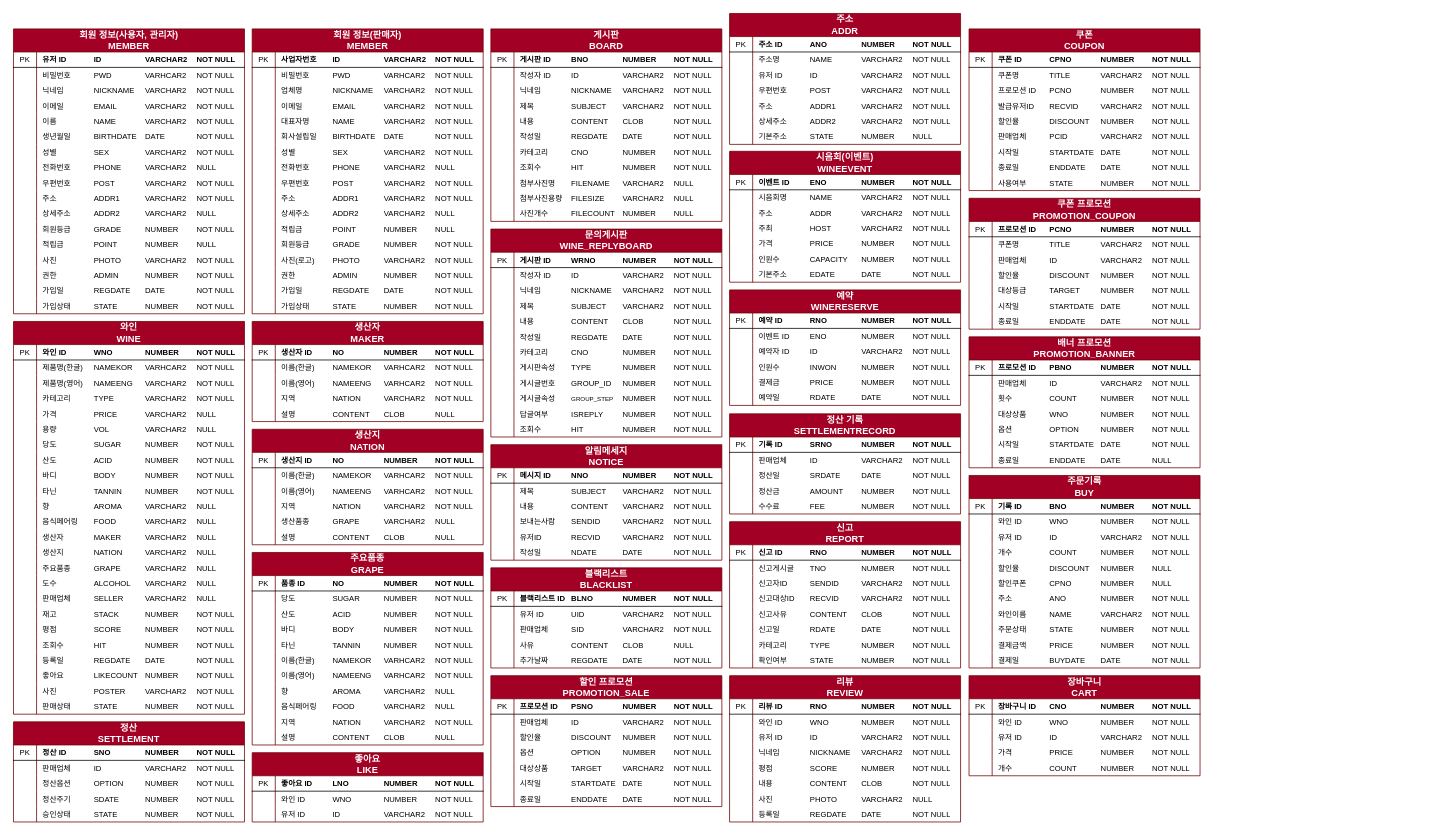
Above: erd.drawio in ArtWaveProject/ArtWave (draw.io), before the change. Source tidied: cells renumbered, new cells numbered last; positions are measured from the earlier drawing's top-left corner, leaving out a move shared by most shapes. Both pictures are drawn from the tidied source at 77%, with x=0, y=0 at pixel (13, 13).
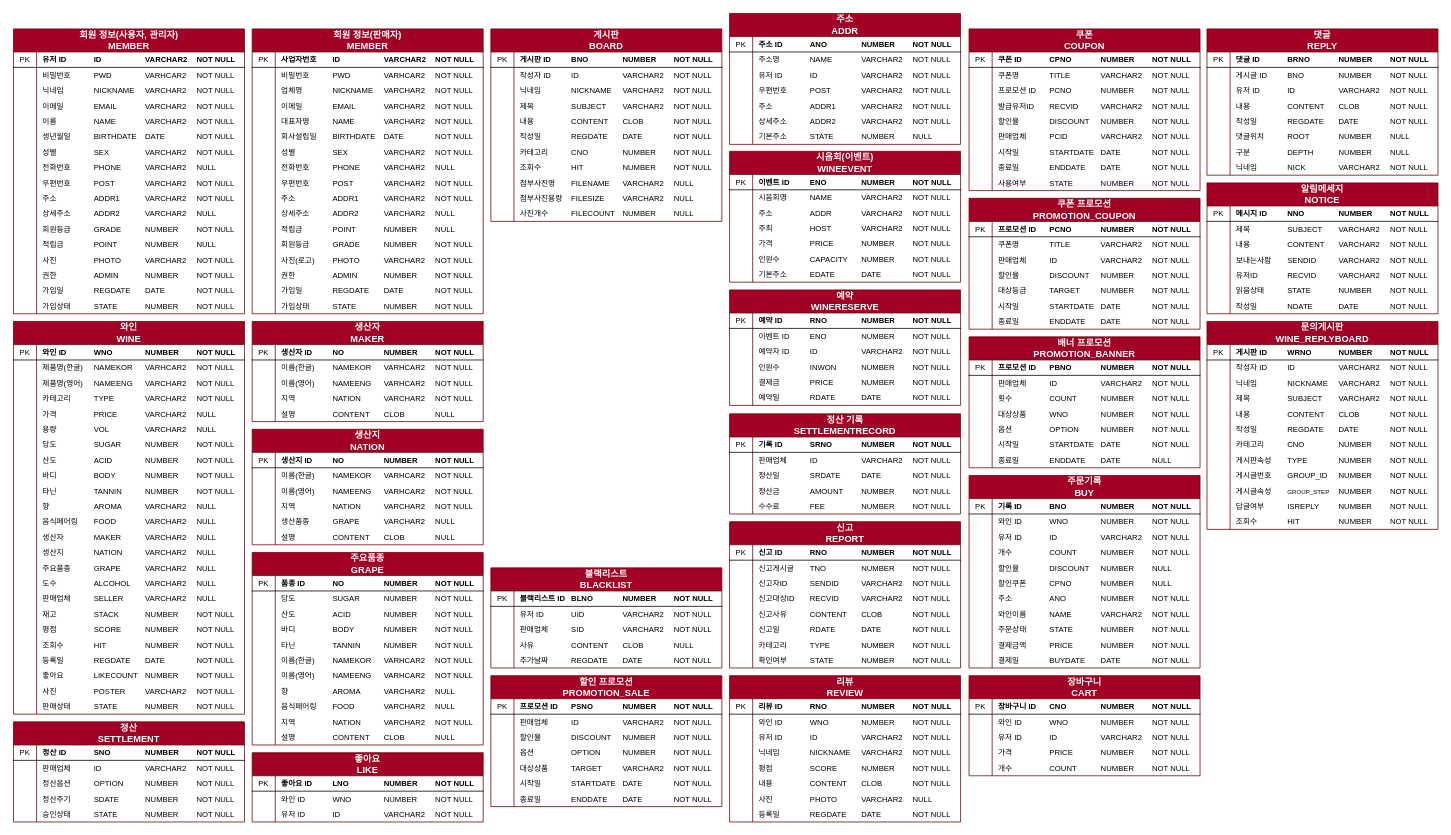
The same page after the edit.

Change to the diagram source:
```diff
@@
     <mxCell id="430" value="&lt;span style=&quot;font-size: 12px;&quot;&gt;알림메세지&lt;/span&gt;&lt;br&gt;&lt;div style=&quot;font-size: 12px;&quot;&gt;NOTICE&lt;/div&gt;" style="shape=table;startSize=30;childLayout=tableLayout;rowLines=0;fontStyle=1;align=center;html=1;fillColor=#a20025;strokeColor=#6F0000;whiteSpace=wrap;verticalAlign=middle;fontSize=11;fontColor=#ffffff;" parent="1" vertex="1">
-      <mxGeometry x="620" y="560" width="300" height="150" as="geometry" />
+      <mxGeometry x="1550" y="220" width="300" height="170" as="geometry" />
     </mxCell>
@@
+    <mxCell id="653" style="shape=tableRow;horizontal=0;startSize=0;swimlaneHead=0;swimlaneBody=0;fillColor=none;top=0;left=0;right=0;bottom=0;align=left;fontStyle=0;whiteSpace=wrap;html=1;verticalAlign=middle;fontSize=10;" parent="430" vertex="1">
+      <mxGeometry y="130" width="300" height="20" as="geometry" />
+    </mxCell>
+    <mxCell id="654" style="shape=partialRectangle;fillColor=none;top=0;left=0;bottom=0;right=0;overflow=hidden;whiteSpace=wrap;html=1;align=left;fontStyle=0;verticalAlign=middle;fontSize=10;" parent="653" vertex="1">
+      <mxGeometry width="30" height="20" as="geometry" />
+    </mxCell>
+    <mxCell id="655" value="읽음상태&lt;span style=&quot;white-space: pre;&quot;&gt;&#9;&lt;/span&gt;&lt;span style=&quot;white-space: pre;&quot;&gt;&#9;&lt;/span&gt;STATE&lt;span style=&quot;white-space: pre;&quot;&gt;&#9;&lt;/span&gt;&lt;span style=&quot;white-space: pre;&quot;&gt;&#9;&lt;/span&gt;NUMBER&lt;span style=&quot;white-space: pre;&quot;&gt;&#9;&lt;/span&gt;NOT NULL" style="shape=partialRectangle;fillColor=none;top=0;left=0;bottom=0;right=0;align=left;spacingLeft=6;overflow=hidden;whiteSpace=wrap;html=1;fontStyle=0;verticalAlign=middle;fontSize=10;" parent="653" vertex="1">
+      <mxGeometry x="30" width="270" height="20" as="geometry" />
+    </mxCell>
     <mxCell id="446" style="shape=tableRow;horizontal=0;startSize=0;swimlaneHead=0;swimlaneBody=0;fillColor=none;top=0;left=0;right=0;bottom=0;align=left;fontStyle=0;whiteSpace=wrap;html=1;verticalAlign=middle;fontSize=10;" parent="430" vertex="1">
-      <mxGeometry y="130" width="300" height="20" as="geometry" />
+      <mxGeometry y="150" width="300" height="20" as="geometry" />
     </mxCell>
@@
     <mxCell id="499" value="&lt;span style=&quot;font-size: 12px;&quot;&gt;문의게시판&lt;/span&gt;&lt;br&gt;&lt;div style=&quot;font-size: 12px;&quot;&gt;WINE_REPLYBOARD&lt;/div&gt;" style="shape=table;startSize=30;childLayout=tableLayout;rowLines=0;fontStyle=1;align=center;html=1;fillColor=#a20025;strokeColor=#6F0000;whiteSpace=wrap;verticalAlign=middle;fontSize=11;fontColor=#ffffff;" parent="1" vertex="1">
-      <mxGeometry x="620" y="280" width="300" height="270" as="geometry" />
+      <mxGeometry x="1550" y="400" width="300" height="270" as="geometry" />
     </mxCell>
@@
+    <mxCell id="656" value="&lt;span style=&quot;font-size: 12px;&quot;&gt;댓글&lt;/span&gt;&lt;br&gt;&lt;div style=&quot;font-size: 12px;&quot;&gt;REPLY&lt;/div&gt;" style="shape=table;startSize=30;childLayout=tableLayout;rowLines=0;fontStyle=1;align=center;html=1;fillColor=#a20025;strokeColor=#6F0000;whiteSpace=wrap;verticalAlign=middle;fontSize=11;fontColor=#ffffff;" parent="1" vertex="1">
+      <mxGeometry x="1550" y="20" width="300" height="190" as="geometry" />
+    </mxCell>
+    <mxCell id="657" style="shape=tableRow;horizontal=0;startSize=0;swimlaneHead=0;swimlaneBody=0;fillColor=none;top=0;left=0;right=0;bottom=1;align=left;fontStyle=0;whiteSpace=wrap;html=1;verticalAlign=middle;" parent="656" vertex="1">
+      <mxGeometry y="30" width="300" height="20" as="geometry" />
+    </mxCell>
+    <mxCell id="658" value="PK" style="shape=partialRectangle;fillColor=none;top=0;left=0;bottom=0;right=0;fontStyle=0;overflow=hidden;whiteSpace=wrap;html=1;align=center;verticalAlign=middle;fontSize=10;" parent="657" vertex="1">
+      <mxGeometry width="30" height="20" as="geometry" />
+    </mxCell>
+    <mxCell id="659" value="&lt;b style=&quot;font-size: 10px;&quot;&gt;댓글 ID&lt;span style=&quot;white-space: pre;&quot;&gt;&#9;&lt;/span&gt;&lt;span style=&quot;white-space: pre; font-size: 10px;&quot;&gt;&#9;&lt;/span&gt;BRNO&lt;span style=&quot;white-space: pre; font-size: 10px;&quot;&gt;&#9;&lt;span style=&quot;white-space: pre; font-size: 10px;&quot;&gt;&#9;&lt;/span&gt;&lt;/span&gt;NUMBER&lt;span style=&quot;white-space: pre; font-size: 10px;&quot;&gt;&#9;&lt;/span&gt;NOT NULL&lt;/b&gt;" style="shape=partialRectangle;fillColor=none;top=0;left=0;bottom=0;right=0;align=left;spacingLeft=6;fontStyle=0;overflow=hidden;whiteSpace=wrap;html=1;verticalAlign=middle;fontSize=10;" parent="657" vertex="1">
+      <mxGeometry x="30" width="270" height="20" as="geometry" />
+    </mxCell>
+    <mxCell id="660" style="shape=tableRow;horizontal=0;startSize=0;swimlaneHead=0;swimlaneBody=0;fillColor=none;top=0;left=0;right=0;bottom=0;align=left;fontStyle=0;whiteSpace=wrap;html=1;verticalAlign=middle;fontSize=10;" parent="656" vertex="1">
+      <mxGeometry y="50" width="300" height="20" as="geometry" />
+    </mxCell>
+    <mxCell id="661" style="shape=partialRectangle;fillColor=none;top=0;left=0;bottom=0;right=0;overflow=hidden;whiteSpace=wrap;html=1;align=left;fontStyle=0;verticalAlign=middle;fontSize=10;" parent="660" vertex="1">
+      <mxGeometry width="30" height="20" as="geometry" />
+    </mxCell>
+    <mxCell id="662" value="게시글 ID&lt;span style=&quot;white-space: pre;&quot;&gt;&#9;&lt;/span&gt;&lt;span style=&quot;white-space: pre;&quot;&gt;&#9;&lt;/span&gt;BNO&lt;span style=&quot;white-space: pre;&quot;&gt;&#9;&lt;/span&gt;&lt;span style=&quot;white-space: pre;&quot;&gt;&#9;&lt;/span&gt;NUMBER&lt;span style=&quot;white-space: pre;&quot;&gt;&#9;&lt;/span&gt;NOT NULL" style="shape=partialRectangle;fillColor=none;top=0;left=0;bottom=0;right=0;align=left;spacingLeft=6;overflow=hidden;whiteSpace=wrap;html=1;fontStyle=0;verticalAlign=middle;fontSize=10;" parent="660" vertex="1">
+      <mxGeometry x="30" width="270" height="20" as="geometry" />
+    </mxCell>
+    <mxCell id="663" style="shape=tableRow;horizontal=0;startSize=0;swimlaneHead=0;swimlaneBody=0;fillColor=none;top=0;left=0;right=0;bottom=0;align=left;fontStyle=0;whiteSpace=wrap;html=1;verticalAlign=middle;fontSize=10;" parent="656" vertex="1">
+      <mxGeometry y="70" width="300" height="20" as="geometry" />
+    </mxCell>
+    <mxCell id="664" style="shape=partialRectangle;fillColor=none;top=0;left=0;bottom=0;right=0;overflow=hidden;whiteSpace=wrap;html=1;align=left;fontStyle=0;verticalAlign=middle;fontSize=10;" parent="663" vertex="1">
+      <mxGeometry width="30" height="20" as="geometry" />
+    </mxCell>
+    <mxCell id="665" value="유저 ID&lt;span style=&quot;white-space: pre;&quot;&gt;&#9;&lt;/span&gt;&lt;span style=&quot;white-space: pre;&quot;&gt;&#9;&lt;/span&gt;ID&lt;span style=&quot;white-space: pre;&quot;&gt;&#9;&lt;/span&gt;&lt;span style=&quot;white-space: pre;&quot;&gt;&#9;&lt;/span&gt;&lt;span style=&quot;white-space: pre;&quot;&gt;&#9;&lt;/span&gt;VARCHAR2&lt;span style=&quot;white-space: pre;&quot;&gt;&#9;&lt;/span&gt;NOT NULL" style="shape=partialRectangle;fillColor=none;top=0;left=0;bottom=0;right=0;align=left;spacingLeft=6;overflow=hidden;whiteSpace=wrap;html=1;fontStyle=0;verticalAlign=middle;fontSize=10;" parent="663" vertex="1">
+      <mxGeometry x="30" width="270" height="20" as="geometry" />
+    </mxCell>
+    <mxCell id="666" style="shape=tableRow;horizontal=0;startSize=0;swimlaneHead=0;swimlaneBody=0;fillColor=none;top=0;left=0;right=0;bottom=0;align=left;fontStyle=0;whiteSpace=wrap;html=1;verticalAlign=middle;fontSize=10;" parent="656" vertex="1">
+      <mxGeometry y="90" width="300" height="20" as="geometry" />
+    </mxCell>
+    <mxCell id="667" style="shape=partialRectangle;fillColor=none;top=0;left=0;bottom=0;right=0;overflow=hidden;whiteSpace=wrap;html=1;align=left;fontStyle=0;verticalAlign=middle;fontSize=10;" parent="666" vertex="1">
+      <mxGeometry width="30" height="20" as="geometry" />
+    </mxCell>
+    <mxCell id="668" value="내용&lt;span style=&quot;white-space: pre;&quot;&gt;&#9;&lt;/span&gt;&lt;span style=&quot;white-space: pre;&quot;&gt;&#9;&lt;/span&gt;&lt;span style=&quot;white-space: pre;&quot;&gt;&#9;&lt;/span&gt;CONTENT&lt;span style=&quot;white-space: pre;&quot;&gt;&#9;&lt;/span&gt;CLOB&lt;span style=&quot;white-space: pre;&quot;&gt;&#9;&lt;/span&gt;&lt;span style=&quot;white-space: pre;&quot;&gt;&#9;&lt;/span&gt;NOT NULL" style="shape=partialRectangle;fillColor=none;top=0;left=0;bottom=0;right=0;align=left;spacingLeft=6;overflow=hidden;whiteSpace=wrap;html=1;fontStyle=0;verticalAlign=middle;fontSize=10;" parent="666" vertex="1">
+      <mxGeometry x="30" width="270" height="20" as="geometry" />
+    </mxCell>
+    <mxCell id="669" style="shape=tableRow;horizontal=0;startSize=0;swimlaneHead=0;swimlaneBody=0;fillColor=none;top=0;left=0;right=0;bottom=0;align=left;fontStyle=0;whiteSpace=wrap;html=1;verticalAlign=middle;fontSize=10;" parent="656" vertex="1">
+      <mxGeometry y="110" width="300" height="20" as="geometry" />
+    </mxCell>
+    <mxCell id="670" style="shape=partialRectangle;fillColor=none;top=0;left=0;bottom=0;right=0;overflow=hidden;whiteSpace=wrap;html=1;align=left;fontStyle=0;verticalAlign=middle;fontSize=10;" parent="669" vertex="1">
+      <mxGeometry width="30" height="20" as="geometry" />
+    </mxCell>
+    <mxCell id="671" value="작성일&lt;span style=&quot;white-space: pre;&quot;&gt;&#9;&lt;/span&gt;&lt;span style=&quot;white-space: pre;&quot;&gt;&#9;&lt;/span&gt;REGDATE&lt;span style=&quot;white-space: pre;&quot;&gt;&#9;&lt;/span&gt;DATE&lt;span style=&quot;white-space: pre;&quot;&gt;&#9;&lt;/span&gt;&lt;span style=&quot;white-space: pre;&quot;&gt;&#9;&lt;/span&gt;NOT NULL" style="shape=partialRectangle;fillColor=none;top=0;left=0;bottom=0;right=0;align=left;spacingLeft=6;overflow=hidden;whiteSpace=wrap;html=1;fontStyle=0;verticalAlign=middle;fontSize=10;" parent="669" vertex="1">
+      <mxGeometry x="30" width="270" height="20" as="geometry" />
+    </mxCell>
+    <mxCell id="672" style="shape=tableRow;horizontal=0;startSize=0;swimlaneHead=0;swimlaneBody=0;fillColor=none;top=0;left=0;right=0;bottom=0;align=left;fontStyle=0;whiteSpace=wrap;html=1;verticalAlign=middle;fontSize=10;" parent="656" vertex="1">
+      <mxGeometry y="130" width="300" height="20" as="geometry" />
+    </mxCell>
+    <mxCell id="673" style="shape=partialRectangle;fillColor=none;top=0;left=0;bottom=0;right=0;overflow=hidden;whiteSpace=wrap;html=1;align=left;fontStyle=0;verticalAlign=middle;fontSize=10;" parent="672" vertex="1">
+      <mxGeometry width="30" height="20" as="geometry" />
+    </mxCell>
+    <mxCell id="674" value="댓글위치&lt;span style=&quot;white-space: pre;&quot;&gt;&#9;&lt;/span&gt;&lt;span style=&quot;white-space: pre;&quot;&gt;&#9;&lt;/span&gt;ROOT&lt;span style=&quot;white-space: pre;&quot;&gt;&#9;&lt;/span&gt;&lt;span style=&quot;white-space: pre;&quot;&gt;&#9;&lt;/span&gt;NUMBER&lt;span style=&quot;white-space: pre;&quot;&gt;&#9;&lt;/span&gt;NULL" style="shape=partialRectangle;fillColor=none;top=0;left=0;bottom=0;right=0;align=left;spacingLeft=6;overflow=hidden;whiteSpace=wrap;html=1;fontStyle=0;verticalAlign=middle;fontSize=10;" parent="672" vertex="1">
+      <mxGeometry x="30" width="270" height="20" as="geometry" />
+    </mxCell>
+    <mxCell id="675" style="shape=tableRow;horizontal=0;startSize=0;swimlaneHead=0;swimlaneBody=0;fillColor=none;top=0;left=0;right=0;bottom=0;align=left;fontStyle=0;whiteSpace=wrap;html=1;verticalAlign=middle;fontSize=10;" parent="656" vertex="1">
+      <mxGeometry y="150" width="300" height="20" as="geometry" />
+    </mxCell>
+    <mxCell id="676" style="shape=partialRectangle;fillColor=none;top=0;left=0;bottom=0;right=0;overflow=hidden;whiteSpace=wrap;html=1;align=left;fontStyle=0;verticalAlign=middle;fontSize=10;" parent="675" vertex="1">
+      <mxGeometry width="30" height="20" as="geometry" />
+    </mxCell>
+    <mxCell id="677" value="구분&lt;span style=&quot;white-space: pre;&quot;&gt;&#9;&lt;span style=&quot;white-space: pre;&quot;&gt;&#9;&lt;/span&gt;&lt;span style=&quot;white-space: pre;&quot;&gt;&#9;&lt;/span&gt;&lt;/span&gt;DEPTH&lt;span style=&quot;white-space: pre;&quot;&gt;&#9;&lt;/span&gt;&lt;span style=&quot;white-space: pre;&quot;&gt;&#9;&lt;/span&gt;NUMBER&lt;span style=&quot;white-space: pre;&quot;&gt;&#9;&lt;/span&gt;NULL&lt;span style=&quot;white-space: pre;&quot;&gt;&#9;&lt;/span&gt;&lt;span style=&quot;white-space: pre;&quot;&gt;&#9;&lt;/span&gt;&lt;span style=&quot;white-space: pre;&quot;&gt;&#9;&lt;/span&gt;" style="shape=partialRectangle;fillColor=none;top=0;left=0;bottom=0;right=0;align=left;spacingLeft=6;overflow=hidden;whiteSpace=wrap;html=1;fontStyle=0;verticalAlign=middle;fontSize=10;" parent="675" vertex="1">
+      <mxGeometry x="30" width="270" height="20" as="geometry" />
+    </mxCell>
+    <mxCell id="678" style="shape=tableRow;horizontal=0;startSize=0;swimlaneHead=0;swimlaneBody=0;fillColor=none;top=0;left=0;right=0;bottom=0;align=left;fontStyle=0;whiteSpace=wrap;html=1;verticalAlign=middle;fontSize=10;" parent="656" vertex="1">
+      <mxGeometry y="170" width="300" height="20" as="geometry" />
+    </mxCell>
+    <mxCell id="679" style="shape=partialRectangle;fillColor=none;top=0;left=0;bottom=0;right=0;overflow=hidden;whiteSpace=wrap;html=1;align=left;fontStyle=0;verticalAlign=middle;fontSize=10;" parent="678" vertex="1">
+      <mxGeometry width="30" height="20" as="geometry" />
+    </mxCell>
+    <mxCell id="680" value="닉네임&lt;span style=&quot;white-space: pre;&quot;&gt;&#9;&lt;/span&gt;&lt;span style=&quot;white-space: pre;&quot;&gt;&#9;&lt;/span&gt;NICK&lt;span style=&quot;white-space: pre;&quot;&gt;&#9;&lt;/span&gt;&lt;span style=&quot;white-space: pre;&quot;&gt;&#9;&lt;/span&gt;VARCHAR2&lt;span style=&quot;white-space: pre;&quot;&gt;&#9;&lt;/span&gt;NOT NULL" style="shape=partialRectangle;fillColor=none;top=0;left=0;bottom=0;right=0;align=left;spacingLeft=6;overflow=hidden;whiteSpace=wrap;html=1;fontStyle=0;verticalAlign=middle;fontSize=10;" parent="678" vertex="1">
+      <mxGeometry x="30" width="270" height="20" as="geometry" />
+    </mxCell>
```
